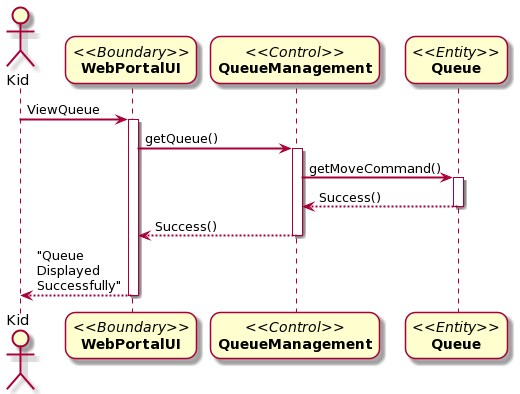
Above: Docs/Sequence Diagrams/Project Sequence-Diagram-UC4.png in DanielFYJ/2101-2201-Project (PlantUML), before the change.
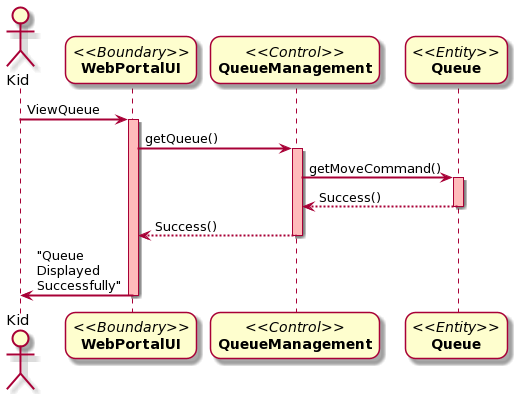
After the change.

What changed in the source:
```diff
@@ -9,19 +9,19 @@
 participant "//<<Entity>>//\n**Queue**" as C
 
 Kid-> A: ViewQueue
-activate A
+activate A #FFBBBB
 
 A -> B: getQueue()
-activate B
+activate B #FFBBBB
 
 B -> C: getMoveCommand()
-activate C
+activate C #FFBBBB
 C --> B: Success()
 deactivate C
 
 B --> A: Success()
 deactivate B
 
-A --> Kid: "Queue Displayed Successfully"
+A -> Kid: "Queue Displayed Successfully"
 deactivate A
 @enduml
```
